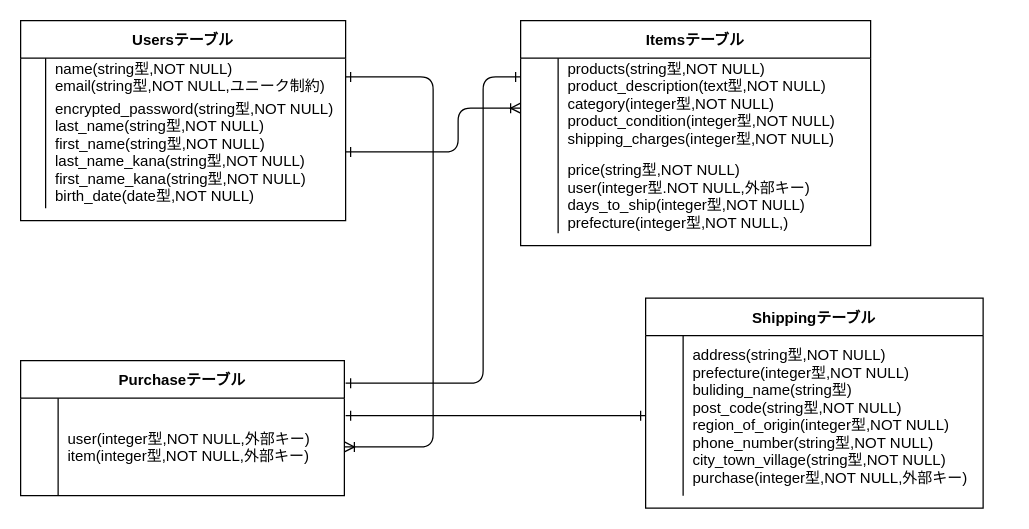
Above: bin/er.dio in syun031/furima-39700 (draw.io), before the change. Source tidied: cells renumbered, new cells numbered last; positions are measured from the earlier drawing's top-left corner, leaving out a move shared by most shapes. Both pictures are drawn from the tidied source at 125%, with x=0, y=0 at pixel (20, 20).
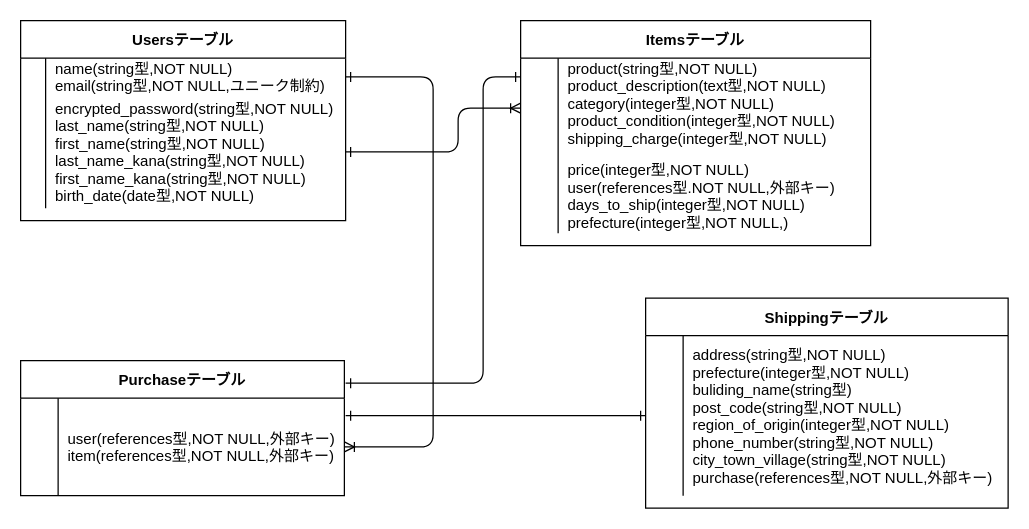
The same page after the edit.

Unchanged cells that the change refers to:
```xml
<mxCell id="11" style="shape=tableRow;horizontal=0;startSize=0;swimlaneHead=0;swimlaneBody=0;fillColor=none;points=[[0,0.5],[1,0.5]];portConstraint=eastwest;top=0;left=0;right=0;bottom=0;swimlaneLine=1;" parent="10" vertex="1">
  <mxGeometry y="30" width="280" height="80" as="geometry" />
</mxCell>
<mxCell id="15" style="shape=tableRow;horizontal=0;startSize=0;swimlaneHead=0;swimlaneBody=0;fillColor=none;points=[[0,0.5],[1,0.5]];portConstraint=eastwest;top=0;left=0;right=0;bottom=0;" parent="10" vertex="1">
  <mxGeometry y="110" width="280" height="60" as="geometry" />
</mxCell>
<mxCell id="19" style="shape=tableRow;horizontal=0;startSize=0;swimlaneHead=0;swimlaneBody=0;fillColor=none;points=[[0,0.5],[1,0.5]];portConstraint=eastwest;top=0;left=0;right=0;bottom=0;" parent="18" vertex="1">
  <mxGeometry y="30" width="259" height="78" as="geometry" />
</mxCell>
```

The edit, as a diff of the source:
```diff
@@
-    <mxCell id="13" value="products(string型,NOT NULL)&#10;product_description(text型,NOT NULL)&#10;category(integer型,NOT NULL)&#10;product_condition(integer型,NOT NULL)&#10;shipping_charges(integer型,NOT NULL)&#10;" style="shape=partialRectangle;fillColor=none;top=0;left=0;bottom=0;right=0;align=left;spacingLeft=6;overflow=hidden;" parent="11" vertex="1">
+    <mxCell id="13" value="product(string型,NOT NULL)&#10;product_description(text型,NOT NULL)&#10;category(integer型,NOT NULL)&#10;product_condition(integer型,NOT NULL)&#10;shipping_charge(integer型,NOT NULL)&#10;" style="shape=partialRectangle;fillColor=none;top=0;left=0;bottom=0;right=0;align=left;spacingLeft=6;overflow=hidden;" parent="11" vertex="1">
       <mxGeometry x="30" width="250" height="80" as="geometry" />
     </mxCell>
@@
-    <mxCell id="17" value="price(string型,NOT NULL)&#10;user(integer型.NOT NULL,外部キー)&#10;days_to_ship(integer型,NOT NULL)&#10;prefecture(integer型,NOT NULL,)" style="shape=partialRectangle;fillColor=none;top=0;left=0;bottom=0;right=0;align=left;spacingLeft=6;overflow=hidden;" parent="15" vertex="1">
+    <mxCell id="17" value="price(integer型,NOT NULL)&#10;user(references型.NOT NULL,外部キー)&#10;days_to_ship(integer型,NOT NULL)&#10;prefecture(integer型,NOT NULL,)" style="shape=partialRectangle;fillColor=none;top=0;left=0;bottom=0;right=0;align=left;spacingLeft=6;overflow=hidden;" parent="15" vertex="1">
       <mxGeometry x="30" width="250" height="60" as="geometry" />
     </mxCell>
@@
-    <mxCell id="21" value="user(integer型,NOT NULL,外部キー)&#10;item(integer型,NOT NULL,外部キー)" style="shape=partialRectangle;fillColor=none;top=0;left=0;bottom=0;right=0;align=left;spacingLeft=6;overflow=hidden;" parent="19" vertex="1">
+    <mxCell id="21" value="user(references型,NOT NULL,外部キー)&#10;item(references型,NOT NULL,外部キー)" style="shape=partialRectangle;fillColor=none;top=0;left=0;bottom=0;right=0;align=left;spacingLeft=6;overflow=hidden;" parent="19" vertex="1">
       <mxGeometry x="30" width="229" height="78" as="geometry" />
     </mxCell>
     <mxCell id="22" value="Shippingテーブル" style="shape=table;startSize=30;childLayout=tableLayout;rowLines=0;fontStyle=1;align=center;" parent="1" vertex="1">
-      <mxGeometry x="500" y="222" width="270" height="168" as="geometry" />
+      <mxGeometry x="500" y="222" width="290" height="168" as="geometry" />
     </mxCell>
     <mxCell id="23" style="shape=tableRow;horizontal=0;startSize=0;swimlaneHead=0;swimlaneBody=0;fillColor=none;points=[[0,0.5],[1,0.5]];portConstraint=eastwest;top=0;left=0;right=0;bottom=0;" parent="22" vertex="1">
-      <mxGeometry y="30" width="270" height="128" as="geometry" />
+      <mxGeometry y="30" width="290" height="128" as="geometry" />
     </mxCell>
@@
-    <mxCell id="25" value="address(string型,NOT NULL)&#10;prefecture(integer型,NOT NULL)&#10;buliding_name(string型)&#10;post_code(string型,NOT NULL)&#10;region_of_origin(integer型,NOT NULL)&#10;phone_number(string型,NOT NULL)&#10;city_town_village(string型,NOT NULL)&#10;purchase(integer型,NOT NULL,外部キー)" style="shape=partialRectangle;fillColor=none;top=0;left=0;bottom=0;right=0;align=left;spacingLeft=6;overflow=hidden;" parent="23" vertex="1">
-      <mxGeometry x="30" width="240" height="128" as="geometry" />
+    <mxCell id="25" value="address(string型,NOT NULL)&#10;prefecture(integer型,NOT NULL)&#10;buliding_name(string型)&#10;post_code(string型,NOT NULL)&#10;region_of_origin(integer型,NOT NULL)&#10;phone_number(string型,NOT NULL)&#10;city_town_village(string型,NOT NULL)&#10;purchase(references型,NOT NULL,外部キー)" style="shape=partialRectangle;fillColor=none;top=0;left=0;bottom=0;right=0;align=left;spacingLeft=6;overflow=hidden;" parent="23" vertex="1">
+      <mxGeometry x="30" width="260" height="128" as="geometry" />
     </mxCell>
```
